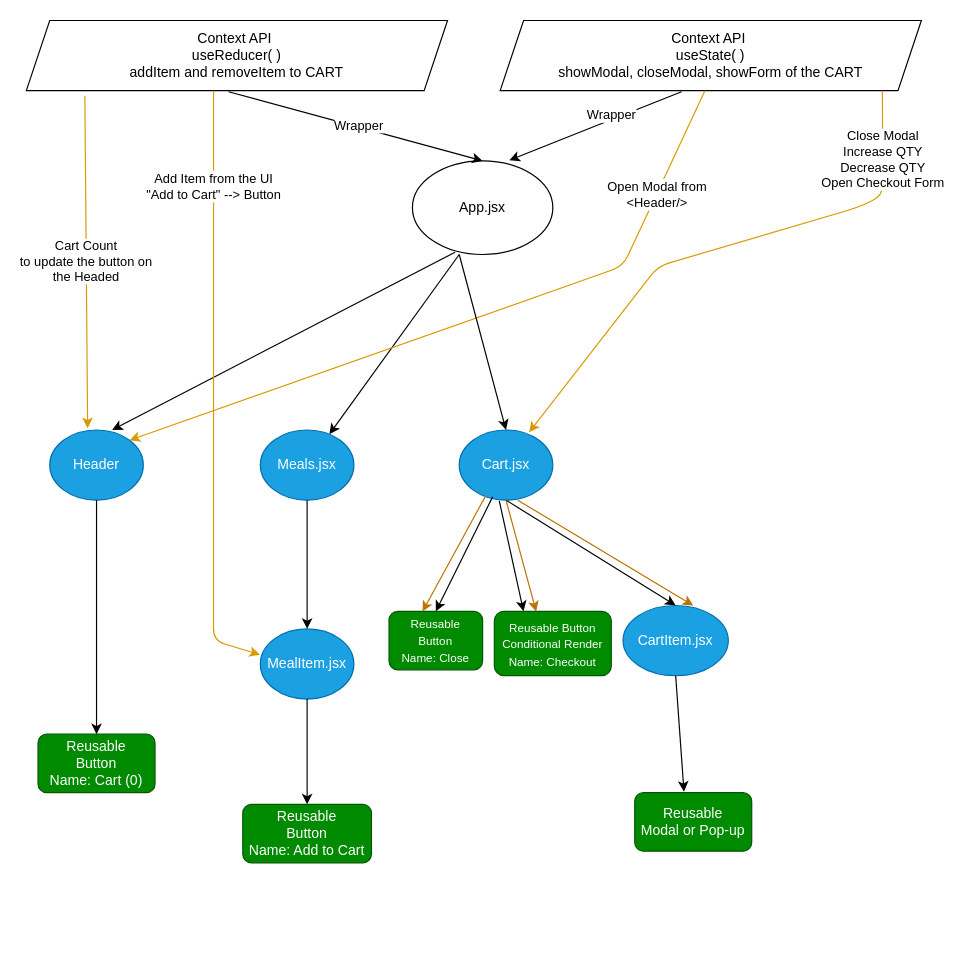
This is Project-Map/Map.drawio from iamharie/QuickBite-Food-Order-App, a draw.io file, before an edit. Source tidied: cells renumbered, new cells numbered last; positions are measured from the earlier drawing's top-left corner, leaving out a move shared by most shapes. Both pictures are drawn from the tidied source at 117%, with x=0, y=0 at pixel (26, 20).
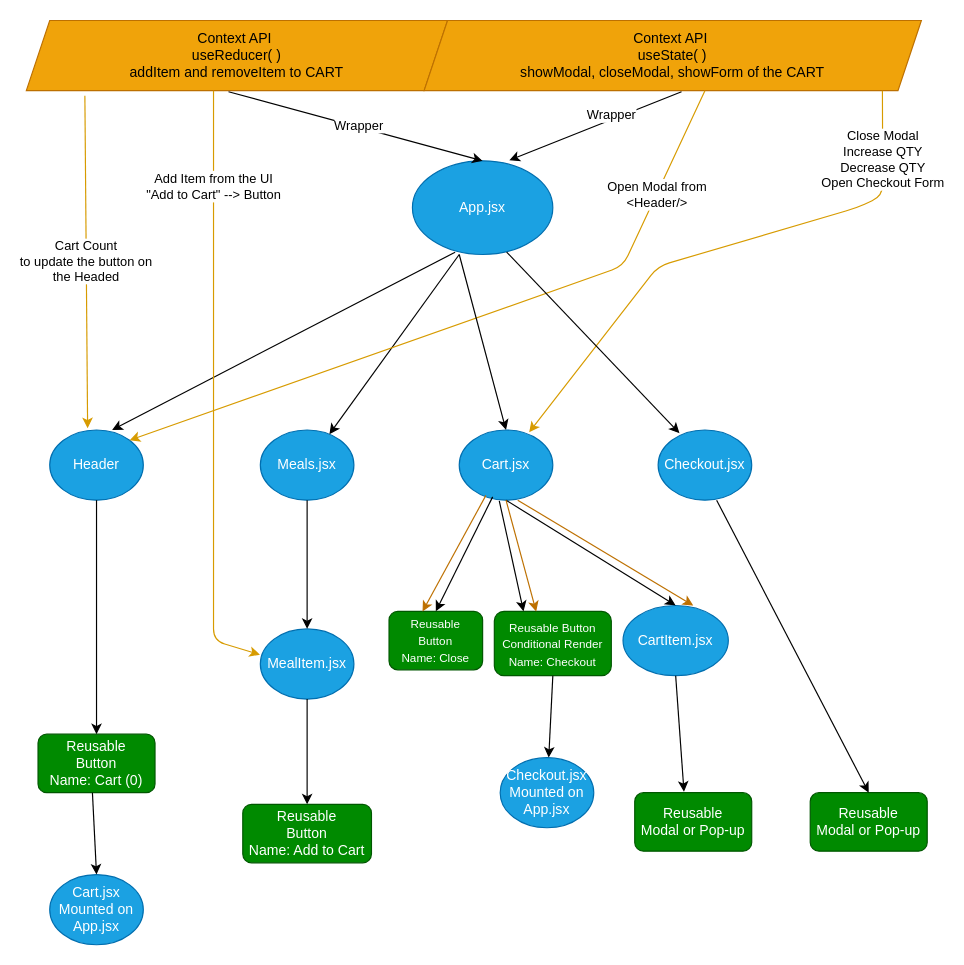
The same diagram, later.

Commit message (it also covers changes not shown here):
developed resuable Input component and added Checkout component

Unchanged cells that the change refers to:
```xml
<mxCell id="22" value="Cart.jsx" style="ellipse;whiteSpace=wrap;html=1;fillColor=#1ba1e2;fontColor=#ffffff;strokeColor=#006EAF;" parent="1" vertex="1">
  <mxGeometry x="370" y="350" width="80" height="60" as="geometry" />
</mxCell>
<mxCell id="29" value="&lt;font style=&quot;font-size: 10px;&quot;&gt;Reusable Button&lt;br&gt;Conditional Render&lt;br&gt;Name: Checkout&lt;/font&gt;" style="rounded=1;whiteSpace=wrap;html=1;fillColor=#008a00;fontColor=#ffffff;strokeColor=#005700;" parent="1" vertex="1">
  <mxGeometry x="400" y="505" width="100" height="55" as="geometry" />
</mxCell>
```

What changed in the source:
```diff
@@
-    <mxCell id="2" value="App.jsx" style="ellipse;whiteSpace=wrap;html=1;" parent="1" vertex="1">
+    <mxCell id="2" value="App.jsx" style="ellipse;whiteSpace=wrap;html=1;fillColor=#1ba1e2;fontColor=#ffffff;strokeColor=#006EAF;" parent="1" vertex="1">
       <mxGeometry x="330" y="120" width="120" height="80" as="geometry" />
     </mxCell>
@@
-    <mxCell id="13" value="Context API&amp;nbsp;&lt;br&gt;useReducer( )&lt;br&gt;addItem and removeItem to CART" style="shape=parallelogram;perimeter=parallelogramPerimeter;whiteSpace=wrap;html=1;fixedSize=1;" parent="1" vertex="1">
+    <mxCell id="13" value="Context API&amp;nbsp;&lt;br&gt;useReducer( )&lt;br&gt;addItem and removeItem to CART" style="shape=parallelogram;perimeter=parallelogramPerimeter;whiteSpace=wrap;html=1;fixedSize=1;fillColor=#f0a30a;fontColor=#000000;strokeColor=#BD7000;" parent="1" vertex="1">
       <mxGeometry width="360" height="60" as="geometry" />
     </mxCell>
@@
-    <mxCell id="18" value="Context API&amp;nbsp;&lt;br&gt;useState( )&lt;br&gt;showModal, closeModal, showForm of the CART" style="shape=parallelogram;perimeter=parallelogramPerimeter;whiteSpace=wrap;html=1;fixedSize=1;" parent="1" vertex="1">
-      <mxGeometry x="405" width="360" height="60" as="geometry" />
+    <mxCell id="18" value="Context API&amp;nbsp;&lt;br&gt;useState( )&lt;br&gt;showModal, closeModal, showForm of the CART" style="shape=parallelogram;perimeter=parallelogramPerimeter;whiteSpace=wrap;html=1;fixedSize=1;fillColor=#f0a30a;fontColor=#000000;strokeColor=#BD7000;" parent="1" vertex="1">
+      <mxGeometry x="340" width="425" height="60" as="geometry" />
     </mxCell>
@@
-    <mxCell id="32" value="Close Modal&lt;br&gt;Increase QTY&lt;br&gt;Decrease QTY&lt;br&gt;Open Checkout Form" style="endArrow=classic;html=1;fillColor=#ffcd28;strokeColor=#d79b00;gradientColor=#ffa500;entryX=0.747;entryY=0.033;entryDx=0;entryDy=0;entryPerimeter=0;" parent="1" edge="1" target="22">
+    <mxCell id="32" value="Close Modal&lt;br&gt;Increase QTY&lt;br&gt;Decrease QTY&lt;br&gt;Open Checkout Form&lt;br&gt;" style="endArrow=classic;html=1;fillColor=#ffcd28;strokeColor=#d79b00;gradientColor=#ffa500;entryX=0.747;entryY=0.033;entryDx=0;entryDy=0;entryPerimeter=0;" parent="1" edge="1" target="22">
       <mxGeometry x="-0.75" relative="1" as="geometry">
         <mxPoint x="731.7" y="60" as="sourcePoint" />
         <Array as="points">
           <mxPoint x="732" y="150" />
           <mxPoint x="710" y="160" />
           <mxPoint x="540" y="210" />
         </Array>
       </mxGeometry>
     </mxCell>
@@
+    <mxCell id="36" value="Checkout.jsx" style="ellipse;whiteSpace=wrap;html=1;fillColor=#1ba1e2;fontColor=#ffffff;strokeColor=#006EAF;" parent="1" vertex="1">
+      <mxGeometry x="540" y="350" width="80" height="60" as="geometry" />
+    </mxCell>
+    <mxCell id="37" style="endArrow=classic;html=1;exitX=0.671;exitY=0.974;exitDx=0;exitDy=0;exitPerimeter=0;entryX=0.228;entryY=0.046;entryDx=0;entryDy=0;entryPerimeter=0;" parent="1" edge="1" source="2" target="36">
+      <mxGeometry relative="1" as="geometry" />
+    </mxCell>
+    <mxCell id="38" value="Reusable&lt;br&gt;Modal or Pop-up" style="rounded=1;whiteSpace=wrap;html=1;fillColor=#008a00;fontColor=#ffffff;strokeColor=#005700;" parent="1" vertex="1">
+      <mxGeometry x="670" y="660" width="100" height="50" as="geometry" />
+    </mxCell>
+    <mxCell id="39" style="endArrow=classic;html=1;entryX=0.5;entryY=0;entryDx=0;entryDy=0;exitX=0.5;exitY=1;exitDx=0;exitDy=0;" parent="1" edge="1" target="38">
+      <mxGeometry relative="1" as="geometry">
+        <mxPoint x="590" y="410" as="sourcePoint" />
+      </mxGeometry>
+    </mxCell>
+    <mxCell id="40" value="Cart.jsx&lt;br&gt;Mounted on App.jsx" style="ellipse;whiteSpace=wrap;html=1;fillColor=#1ba1e2;fontColor=#ffffff;strokeColor=#006EAF;" parent="1" vertex="1">
+      <mxGeometry x="20" y="730" width="80" height="60" as="geometry" />
+    </mxCell>
+    <mxCell id="41" value="Checkout.jsx&lt;br&gt;Mounted on App.jsx" style="ellipse;whiteSpace=wrap;html=1;fillColor=#1ba1e2;fontColor=#ffffff;strokeColor=#006EAF;" parent="1" vertex="1">
+      <mxGeometry x="405" y="630" width="80" height="60" as="geometry" />
+    </mxCell>
+    <mxCell id="42" style="endArrow=classic;html=1;exitX=0.5;exitY=1;exitDx=0;exitDy=0;" parent="1" edge="1" source="29" target="41">
+      <mxGeometry relative="1" as="geometry" />
+    </mxCell>
+    <mxCell id="43" style="endArrow=classic;html=1;entryX=0.5;entryY=0;entryDx=0;entryDy=0;exitX=0.5;exitY=1;exitDx=0;exitDy=0;" parent="1" edge="1" target="40">
+      <mxGeometry relative="1" as="geometry">
+        <mxPoint x="56.5" y="660" as="sourcePoint" />
+      </mxGeometry>
+    </mxCell>
```
